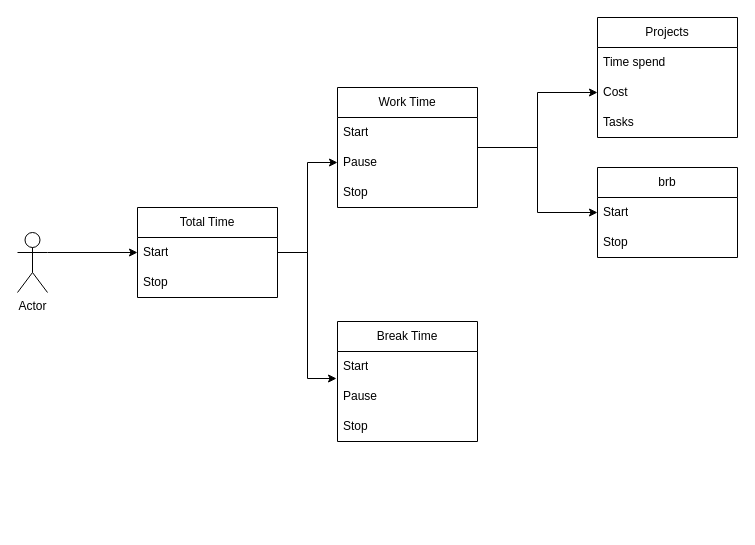
Earlier version of the draw.io diagram Untitled Diagram.drawio (JorgeSaicoski/time-manager). Source tidied: cells renumbered, new cells numbered last; positions are measured from the earlier drawing's top-left corner, leaving out a move shared by most shapes. Both pictures are drawn from the tidied source at 100%, with x=0, y=0 at pixel (17, 17).
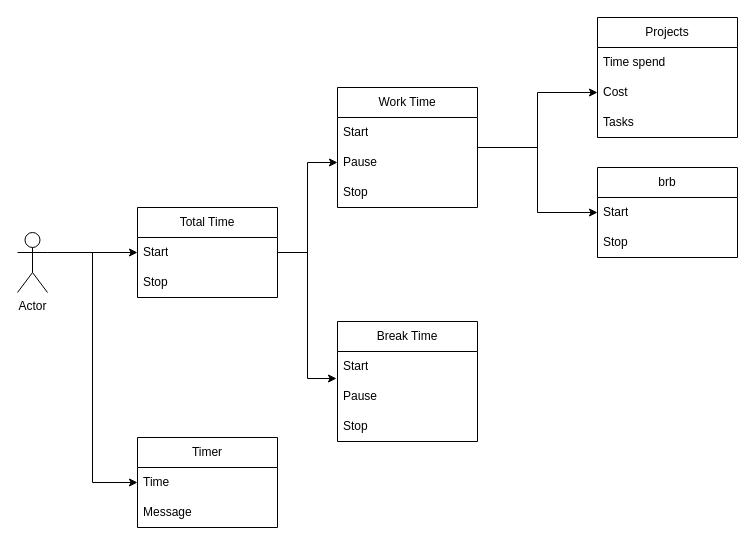
Above is the later version.

The change refers to these unchanged cells:
```xml
<mxCell id="3" value="Actor" style="shape=umlActor;verticalLabelPosition=bottom;verticalAlign=top;html=1;outlineConnect=0;" parent="1" vertex="1">
  <mxGeometry y="215" width="30" height="60" as="geometry" />
</mxCell>
```

Diff of the diagram source:
```diff
@@
+    <mxCell id="26" style="edgeStyle=orthogonalEdgeStyle;rounded=0;jettySize=auto;html=1;exitX=1;exitY=0.3333333333333333;exitDx=0;exitDy=0;exitPerimeter=0;entryX=0;entryY=0.5;entryDx=0;entryDy=0;" parent="1" edge="1" source="3" target="28">
+      <mxGeometry relative="1" as="geometry" />
+    </mxCell>
@@
+    <mxCell id="27" value="Timer" style="swimlane;fontStyle=0;horizontal=1;startSize=30;whiteSpace=wrap;html=1;" parent="1" vertex="1">
+      <mxGeometry x="120" y="420" width="140" height="90" as="geometry" />
+    </mxCell>
+    <mxCell id="28" value="Time" style="text;strokeColor=none;fillColor=none;align=left;verticalAlign=middle;spacingLeft=4;spacingRight=4;overflow=hidden;points=[[0,0.5],[1,0.5]];portConstraint=eastwest;whiteSpace=wrap;html=1;" parent="27" vertex="1">
+      <mxGeometry y="30" width="140" height="30" as="geometry" />
+    </mxCell>
+    <mxCell id="29" value="Message" style="text;strokeColor=none;fillColor=none;align=left;verticalAlign=middle;spacingLeft=4;spacingRight=4;overflow=hidden;whiteSpace=wrap;html=1;" parent="27" vertex="1">
+      <mxGeometry y="60" width="140" height="30" as="geometry" />
+    </mxCell>
```
